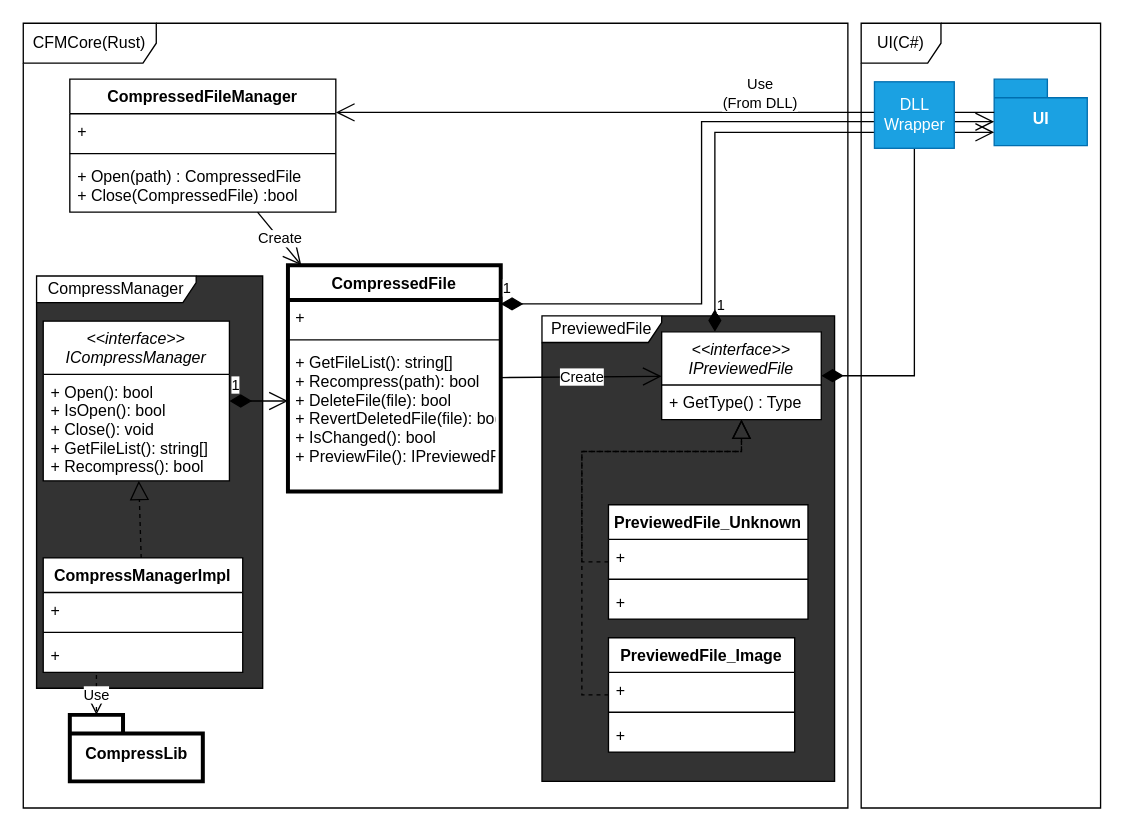
HDJwork/CompressedFileManager keeps this draw.io diagram as Document/UML.drawio. Above is the earlier version. Source tidied: cells renumbered, new cells numbered last; positions are measured from the earlier drawing's top-left corner, leaving out a move shared by most shapes. Both pictures are drawn from the tidied source at 133%, with x=0, y=0 at pixel (23, 23).
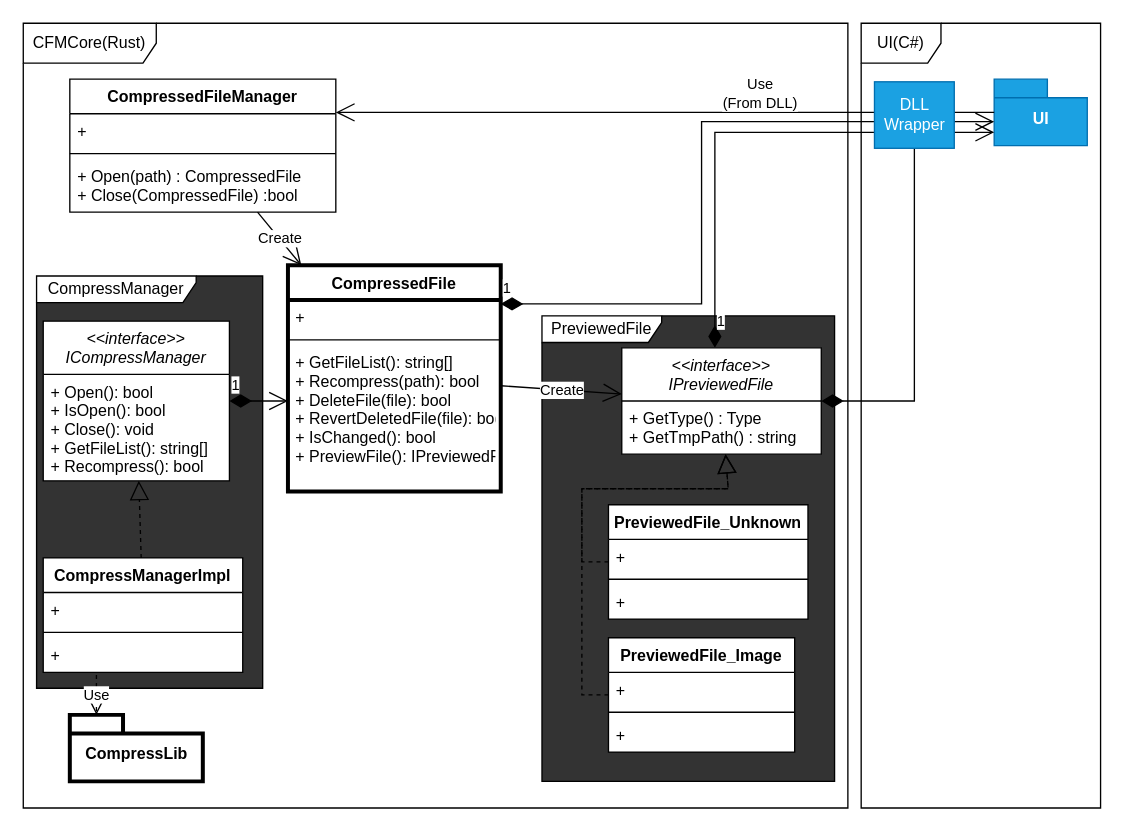
Above is the later version.

The change refers to these unchanged cells:
```xml
<mxCell id="33" value="PreviewedFile_Image" style="swimlane;fontStyle=1;align=center;verticalAlign=top;horizontal=1;startSize=26;swimlaneFillColor=default;" parent="1" vertex="1">
  <mxGeometry x="440" y="462" width="140" height="86" as="geometry" />
</mxCell>
<mxCell id="37" value="PreviewedFile_Unknown" style="swimlane;fontStyle=1;align=center;verticalAlign=top;horizontal=1;startSize=26;swimlaneFillColor=default;" parent="1" vertex="1">
  <mxGeometry x="440" y="362" width="150" height="86" as="geometry" />
</mxCell>
```

The edit, as a diff of the source:
```diff
@@
     <mxCell id="31" value="&lt;&lt;interface&gt;&gt;&#10;IPreviewedFile" style="swimlane;fontStyle=2;align=center;verticalAlign=top;horizontal=1;startSize=40;swimlaneFillColor=default;" parent="1" vertex="1">
-      <mxGeometry x="480" y="232" width="120" height="66" as="geometry" />
+      <mxGeometry x="450" y="244" width="150" height="80" as="geometry" />
     </mxCell>
-    <mxCell id="32" value="+ GetType() : Type" style="text;strokeColor=none;fillColor=none;align=left;verticalAlign=top;spacingLeft=4;spacingRight=4;overflow=hidden;" parent="31" vertex="1">
-      <mxGeometry y="40" width="120" height="26" as="geometry" />
+    <mxCell id="32" value="+ GetType() : Type&#10;+ GetTmpPath() : string" style="text;strokeColor=none;fillColor=none;align=left;verticalAlign=top;spacingLeft=4;spacingRight=4;overflow=hidden;" parent="31" vertex="1">
+      <mxGeometry y="40" width="150" height="40" as="geometry" />
     </mxCell>
@@
     <mxCell id="41" style="endArrow=block;dashed=1;endFill=0;endSize=12;html=1;rounded=0;" parent="1" edge="1" source="33" target="31">
       <mxGeometry relative="1" as="geometry">
         <Array as="points">
           <mxPoint x="420" y="505" />
-          <mxPoint x="420" y="322" />
-          <mxPoint x="540" y="322" />
+          <mxPoint x="420" y="350" />
+          <mxPoint x="530" y="350" />
         </Array>
       </mxGeometry>
     </mxCell>
     <mxCell id="42" style="endArrow=block;dashed=1;endFill=0;endSize=12;html=1;rounded=0;" parent="1" edge="1" source="37" target="31">
       <mxGeometry relative="1" as="geometry">
         <Array as="points">
           <mxPoint x="420" y="405" />
-          <mxPoint x="420" y="322" />
-          <mxPoint x="540" y="322" />
+          <mxPoint x="420" y="350" />
+          <mxPoint x="530" y="350" />
         </Array>
       </mxGeometry>
     </mxCell>
```
